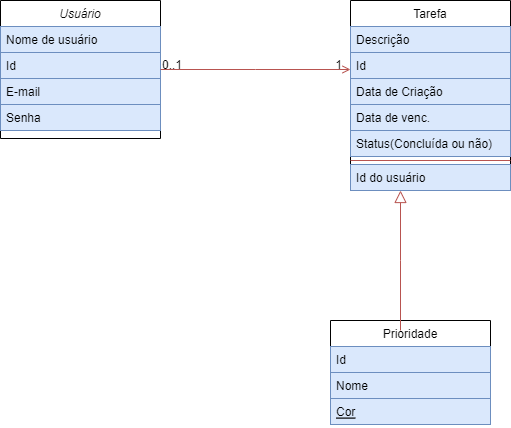
Kawanpacheco/POOunemat keeps this draw.io diagram as Diagrama da poo.drawio.png. Above is the earlier version. Source tidied: cells renumbered, new cells last; positions are measured from the earlier drawing's top-left corner, leaving out a move shared by most shapes.
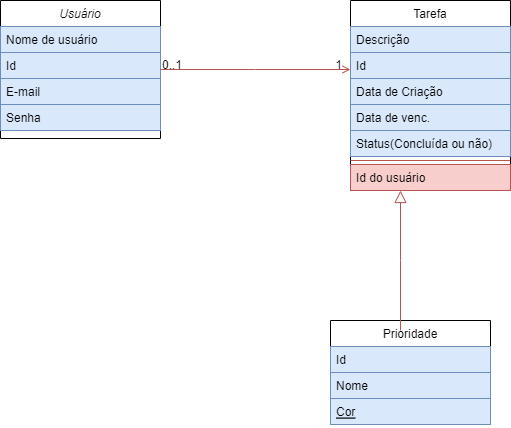
After the commit.

Change to the diagram source:
```diff
@@ -50,7 +50,7 @@
     <mxCell id="17" style="line;html=1;strokeWidth=1;align=left;verticalAlign=middle;spacingTop=-1;spacingLeft=3;spacingRight=3;labelPosition=right;fillColor=#f8cecc;strokeColor=#b85450;" parent="11" vertex="1">
       <mxGeometry y="156" width="160" height="8" as="geometry" />
     </mxCell>
-    <mxCell id="18" value="Id do usuário" style="text;align=left;verticalAlign=top;spacingLeft=4;spacingRight=4;overflow=hidden;fillColor=#dae8fc;strokeColor=#6c8ebf;" parent="11" vertex="1">
+    <mxCell id="18" value="Id do usuário" style="text;align=left;verticalAlign=top;spacingLeft=4;spacingRight=4;overflow=hidden;fillColor=#f8cecc;strokeColor=#b85450;" parent="11" vertex="1">
       <mxGeometry y="164" width="160" height="26" as="geometry" />
     </mxCell>
     <mxCell id="19" style="endArrow=open;shadow=0;strokeWidth=1;rounded=0;endFill=1;edgeStyle=elbowEdgeStyle;elbow=vertical;fillColor=#f8cecc;strokeColor=#b85450;" parent="1" edge="1" source="2" target="11">
```
